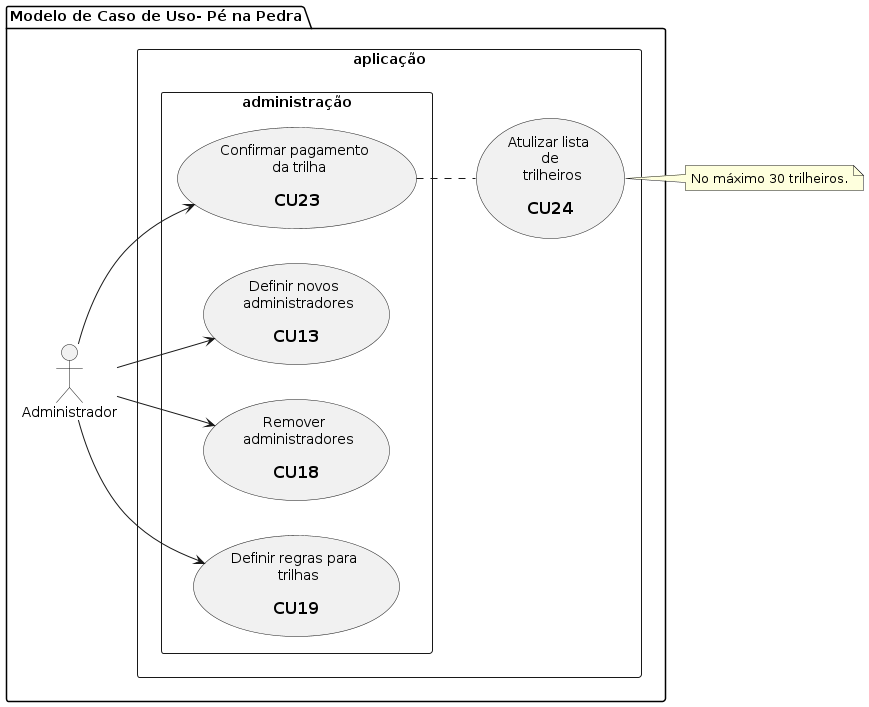
Above: docs/diagrams/out/pe_na_pedra_usecase_4.png in tiagors09/pe_na_pedra (PlantUML), before the change. The source it was exported from:
```plantuml
@startuml pe_na_pedra_usecase_4
  package "Modelo de Caso de Uso- Pé na Pedra" {
    left to right direction

    :Administrador: as adm

    rectangle aplicação {
      usecase uc24 as "Atulizar lista \n de \n trilheiros\n
       == CU24"

      rectangle administração {
        usecase uc23 as "Confirmar pagamento \n da trilha\n
          == CU23"
        usecase uc13 as "Definir novos \n administradores\n
          == CU13"
        usecase uc18 as "Remover \n administradores\n
          == CU18"
        usecase uc19 as "Definir regras para \n trilhas\n
          == CU19"
      }
    }
  }

  note right of uc24
    No máximo 30 trilheiros.
  end note

  uc23 .. uc24

  adm --> uc23
  adm --> uc13
  adm --> uc18
  adm --> uc19
@enduml
```
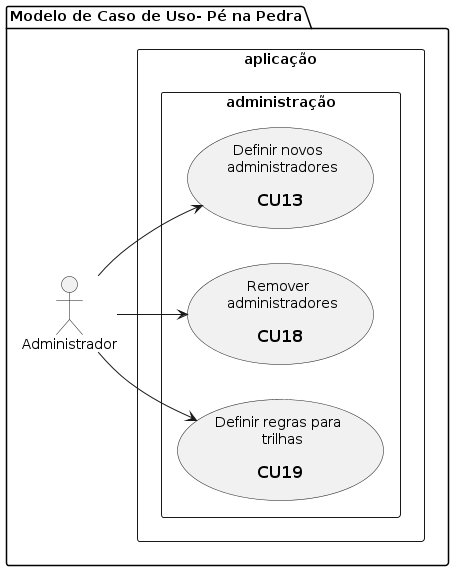
Above is the later version.

Commit message:
feat: :sparkles: update usecase 4

The edit, as a diff of the source:
```diff
@@ -5,12 +5,7 @@
     :Administrador: as adm
 
     rectangle aplicação {
-      usecase uc24 as "Atulizar lista \n de \n trilheiros\n
-       == CU24"
-
       rectangle administração {
-        usecase uc23 as "Confirmar pagamento \n da trilha\n
-          == CU23"
         usecase uc13 as "Definir novos \n administradores\n
           == CU13"
         usecase uc18 as "Remover \n administradores\n
@@ -21,13 +16,6 @@
     }
   }
 
-  note right of uc24
-    No máximo 30 trilheiros.
-  end note
-
-  uc23 .. uc24
-
-  adm --> uc23
   adm --> uc13
   adm --> uc18
   adm --> uc19
```
